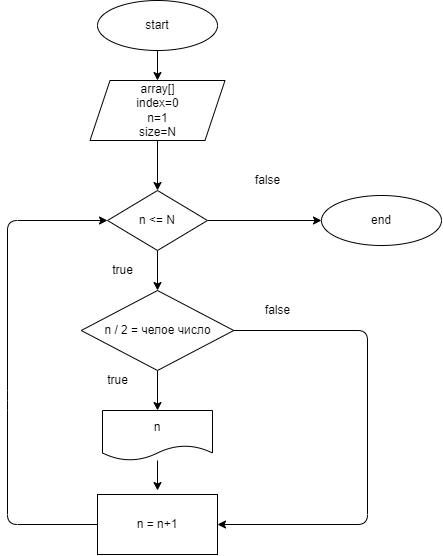
SmNataLy/SmNataLy keeps this draw.io diagram as Homework4/diagram.drawio.png. Above is the earlier version. Source tidied: cells renumbered, new cells last; positions are measured from the earlier drawing's top-left corner, leaving out a move shared by most shapes. Its diagram source:
```xml
<mxGraphModel>
  <root>
    <mxCell id="0" />
    <mxCell id="1" parent="0" />
    <mxCell id="2" style="edgeStyle=none;html=1;entryX=0.5;entryY=0;entryDx=0;entryDy=0;" parent="1" edge="1" source="3" target="6">
      <mxGeometry relative="1" as="geometry" />
    </mxCell>
    <mxCell id="3" value="start" style="ellipse;whiteSpace=wrap;html=1;" parent="1" vertex="1">
      <mxGeometry x="90" width="120" height="50" as="geometry" />
    </mxCell>
    <mxCell id="4" value="end" style="ellipse;whiteSpace=wrap;html=1;" parent="1" vertex="1">
      <mxGeometry x="314" y="195" width="120" height="50" as="geometry" />
    </mxCell>
    <mxCell id="5" style="edgeStyle=none;html=1;entryX=0.5;entryY=0;entryDx=0;entryDy=0;" parent="1" edge="1" source="6" target="9">
      <mxGeometry relative="1" as="geometry" />
    </mxCell>
    <mxCell id="6" value="array[]&lt;br&gt;index=0&lt;br&gt;n=1&lt;br&gt;size=N" style="shape=parallelogram;perimeter=parallelogramPerimeter;whiteSpace=wrap;html=1;fixedSize=1;" parent="1" vertex="1">
      <mxGeometry x="82.5" y="80" width="135" height="60" as="geometry" />
    </mxCell>
    <mxCell id="7" style="edgeStyle=none;html=1;" parent="1" edge="1" source="9" target="4">
      <mxGeometry relative="1" as="geometry" />
    </mxCell>
    <mxCell id="8" style="edgeStyle=none;html=1;entryX=0.5;entryY=0;entryDx=0;entryDy=0;" parent="1" edge="1" source="9" target="13">
      <mxGeometry relative="1" as="geometry" />
    </mxCell>
    <mxCell id="9" value="n &amp;lt;= N" style="rhombus;whiteSpace=wrap;html=1;" parent="1" vertex="1">
      <mxGeometry x="100" y="190" width="100" height="60" as="geometry" />
    </mxCell>
    <mxCell id="10" value="false" style="text;html=1;align=center;verticalAlign=middle;strokeColor=none;fillColor=none;" parent="1" vertex="1">
      <mxGeometry x="240" y="170" width="40" height="20" as="geometry" />
    </mxCell>
    <mxCell id="11" style="edgeStyle=none;html=1;entryX=0.5;entryY=0;entryDx=0;entryDy=0;" parent="1" edge="1" source="13" target="15">
      <mxGeometry relative="1" as="geometry" />
    </mxCell>
    <mxCell id="12" style="edgeStyle=none;html=1;entryX=1;entryY=0.5;entryDx=0;entryDy=0;exitX=1;exitY=0.5;exitDx=0;exitDy=0;" parent="1" edge="1" source="13" target="17">
      <mxGeometry relative="1" as="geometry">
        <Array as="points">
          <mxPoint x="360" y="330" />
          <mxPoint x="360" y="524" />
        </Array>
      </mxGeometry>
    </mxCell>
    <mxCell id="13" value="n / 2 = челое число" style="rhombus;whiteSpace=wrap;html=1;" parent="1" vertex="1">
      <mxGeometry x="73.8" y="290" width="152.5" height="80" as="geometry" />
    </mxCell>
    <mxCell id="14" style="edgeStyle=none;html=1;" parent="1" edge="1" source="15">
      <mxGeometry relative="1" as="geometry">
        <mxPoint x="150" y="490" as="targetPoint" />
      </mxGeometry>
    </mxCell>
    <mxCell id="15" value="n" style="shape=document;whiteSpace=wrap;html=1;boundedLbl=1;" parent="1" vertex="1">
      <mxGeometry x="95" y="410" width="110" height="50" as="geometry" />
    </mxCell>
    <mxCell id="16" style="edgeStyle=none;html=1;entryX=0;entryY=0.5;entryDx=0;entryDy=0;" parent="1" edge="1" source="17" target="9">
      <mxGeometry relative="1" as="geometry">
        <Array as="points">
          <mxPoint y="524" />
          <mxPoint y="400" />
          <mxPoint y="220" />
        </Array>
      </mxGeometry>
    </mxCell>
    <mxCell id="17" value="n = n+1" style="rounded=0;whiteSpace=wrap;html=1;" parent="1" vertex="1">
      <mxGeometry x="90" y="494" width="120" height="60" as="geometry" />
    </mxCell>
    <mxCell id="18" value="false" style="text;html=1;align=center;verticalAlign=middle;strokeColor=none;fillColor=none;" parent="1" vertex="1">
      <mxGeometry x="250" y="300" width="40" height="20" as="geometry" />
    </mxCell>
    <mxCell id="19" value="true" style="text;html=1;align=center;verticalAlign=middle;strokeColor=none;fillColor=none;" parent="1" vertex="1">
      <mxGeometry x="95" y="260" width="40" height="20" as="geometry" />
    </mxCell>
    <mxCell id="20" value="true" style="text;html=1;align=center;verticalAlign=middle;strokeColor=none;fillColor=none;" parent="1" vertex="1">
      <mxGeometry x="90" y="370" width="40" height="20" as="geometry" />
    </mxCell>
  </root>
</mxGraphModel>
```
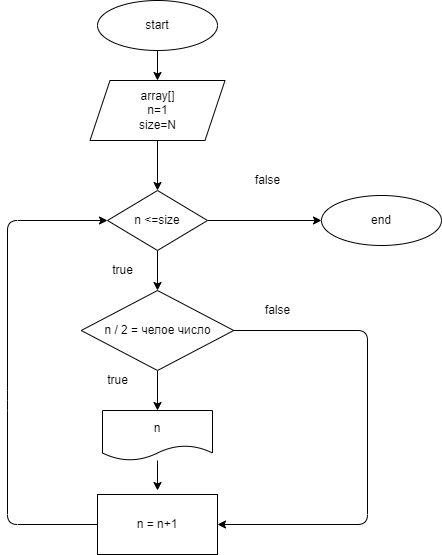
Later version of the same file.

Commit message:
Cкорректировала блок-схему

Change to the diagram source:
```diff
@@ -14,7 +14,7 @@
     <mxCell id="5" style="edgeStyle=none;html=1;entryX=0.5;entryY=0;entryDx=0;entryDy=0;" parent="1" edge="1" source="6" target="9">
       <mxGeometry relative="1" as="geometry" />
     </mxCell>
-    <mxCell id="6" value="array[]&lt;br&gt;index=0&lt;br&gt;n=1&lt;br&gt;size=N" style="shape=parallelogram;perimeter=parallelogramPerimeter;whiteSpace=wrap;html=1;fixedSize=1;" parent="1" vertex="1">
+    <mxCell id="6" value="array[]&lt;br&gt;n=1&lt;br&gt;size=N" style="shape=parallelogram;perimeter=parallelogramPerimeter;whiteSpace=wrap;html=1;fixedSize=1;" parent="1" vertex="1">
       <mxGeometry x="82.5" y="80" width="135" height="60" as="geometry" />
     </mxCell>
     <mxCell id="7" style="edgeStyle=none;html=1;" parent="1" edge="1" source="9" target="4">
@@ -23,7 +23,7 @@
     <mxCell id="8" style="edgeStyle=none;html=1;entryX=0.5;entryY=0;entryDx=0;entryDy=0;" parent="1" edge="1" source="9" target="13">
       <mxGeometry relative="1" as="geometry" />
     </mxCell>
-    <mxCell id="9" value="n &amp;lt;= N" style="rhombus;whiteSpace=wrap;html=1;" parent="1" vertex="1">
+    <mxCell id="9" value="n &amp;lt;=size" style="rhombus;whiteSpace=wrap;html=1;" parent="1" vertex="1">
       <mxGeometry x="100" y="190" width="100" height="60" as="geometry" />
     </mxCell>
     <mxCell id="10" value="false" style="text;html=1;align=center;verticalAlign=middle;strokeColor=none;fillColor=none;" parent="1" vertex="1">
```
